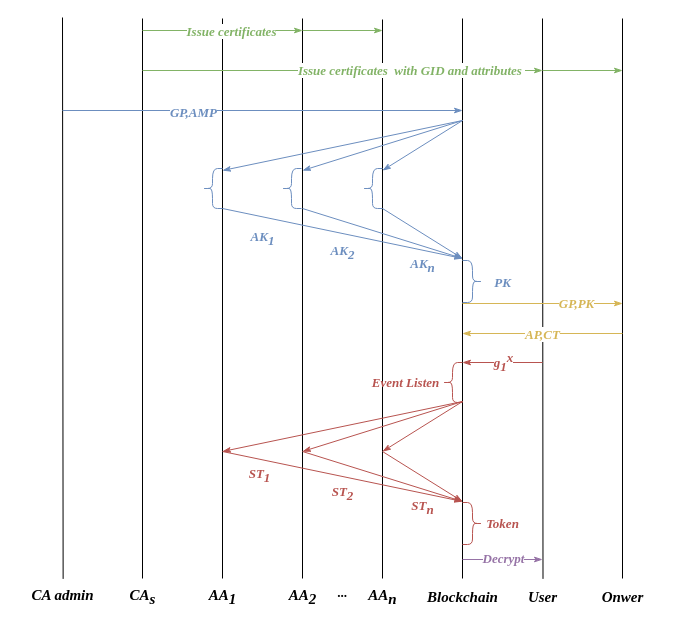
Mr-doublehappines/httpServer keeps this draw.io diagram as systemarchitecture.drawio. Above is the earlier version. Source tidied: cells renumbered, new cells numbered last; positions are measured from the earlier drawing's top-left corner, leaving out a move shared by most shapes. Both pictures are drawn from the tidied source at 100%, with x=0, y=0 at pixel (17, 17).
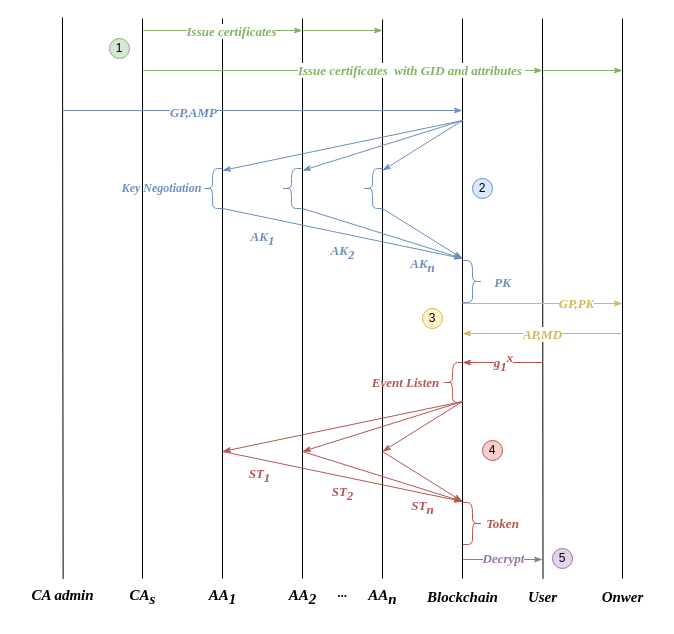
The same page after the edit.

Unchanged cells that the change refers to:
```xml
<mxCell id="57" style="endArrow=classicThin;html=1;rounded=0;endFill=1;fontFamily=Times New Roman;fontStyle=3;fillColor=#fff2cc;strokeColor=#d6b656;fontSize=13;" parent="1" edge="1">
  <mxGeometry relative="1" as="geometry">
    <mxPoint x="605" y="316" as="sourcePoint" />
    <mxPoint x="445" y="316" as="targetPoint" />
  </mxGeometry>
</mxCell>
```

Diff of the diagram source:
```diff
@@
+    <mxCell id="3" style="endArrow=none;html=1;rounded=0;jumpStyle=sharp;endFill=0;fontFamily=Times New Roman;fontStyle=3;fontSize=13;" parent="1" edge="1">
+      <mxGeometry relative="1" as="geometry">
+        <mxPoint x="125" y="1" as="sourcePoint" />
+        <mxPoint x="125" y="561" as="targetPoint" />
+      </mxGeometry>
+    </mxCell>
@@
-    <mxCell id="3" style="endArrow=none;html=1;rounded=0;jumpStyle=sharp;endFill=0;fontFamily=Times New Roman;fontStyle=3;fontSize=13;" parent="1" edge="1">
-      <mxGeometry relative="1" as="geometry">
-        <mxPoint x="125" y="1" as="sourcePoint" />
-        <mxPoint x="125" y="561" as="targetPoint" />
-      </mxGeometry>
-    </mxCell>
@@
-    <mxCell id="58" value="AP,CT" style="edgeLabel;html=1;align=center;verticalAlign=middle;fontFamily=Times New Roman;fontStyle=3;fontColor=#D6B656;fontSize=13;" parent="57" vertex="1">
+    <mxCell id="58" value="AP,MD" style="edgeLabel;html=1;align=center;verticalAlign=middle;fontFamily=Times New Roman;fontStyle=3;fontColor=#D6B656;fontSize=13;" parent="57" vertex="1">
       <mxGeometry x="-0.02" y="2" relative="1" as="geometry">
         <mxPoint x="-3" y="-2" as="offset" />
       </mxGeometry>
     </mxCell>
@@
+    <mxCell id="62" value="1" style="ellipse;whiteSpace=wrap;html=1;fillColor=#d5e8d4;strokeColor=#82b366;" parent="1" vertex="1">
+      <mxGeometry x="92" y="21" width="20" height="20" as="geometry" />
+    </mxCell>
+    <mxCell id="63" value="2" style="ellipse;whiteSpace=wrap;html=1;fillColor=#dae8fc;strokeColor=#6c8ebf;" parent="1" vertex="1">
+      <mxGeometry x="455" y="161" width="20" height="20" as="geometry" />
+    </mxCell>
+    <mxCell id="64" value="3" style="ellipse;whiteSpace=wrap;html=1;fillColor=#fff2cc;strokeColor=#d6b656;" parent="1" vertex="1">
+      <mxGeometry x="405" y="291" width="20" height="20" as="geometry" />
+    </mxCell>
+    <mxCell id="65" value="4" style="ellipse;whiteSpace=wrap;html=1;fillColor=#f8cecc;strokeColor=#b85450;" parent="1" vertex="1">
+      <mxGeometry x="465" y="423" width="20" height="20" as="geometry" />
+    </mxCell>
+    <mxCell id="66" value="5" style="ellipse;whiteSpace=wrap;html=1;fillColor=#e1d5e7;strokeColor=#9673a6;" parent="1" vertex="1">
+      <mxGeometry x="535" y="531" width="20" height="20" as="geometry" />
+    </mxCell>
+    <mxCell id="67" value="&lt;font face=&quot;Times New Roman&quot; color=&quot;#6c8ebf&quot;&gt;&lt;i&gt;&lt;b&gt;Key Negotiation&lt;/b&gt;&lt;/i&gt;&lt;/font&gt;" style="text;html=1;align=center;verticalAlign=middle;strokeColor=none;fillColor=none;" parent="1" vertex="1">
+      <mxGeometry x="94" y="156" width="100" height="30" as="geometry" />
+    </mxCell>
```
